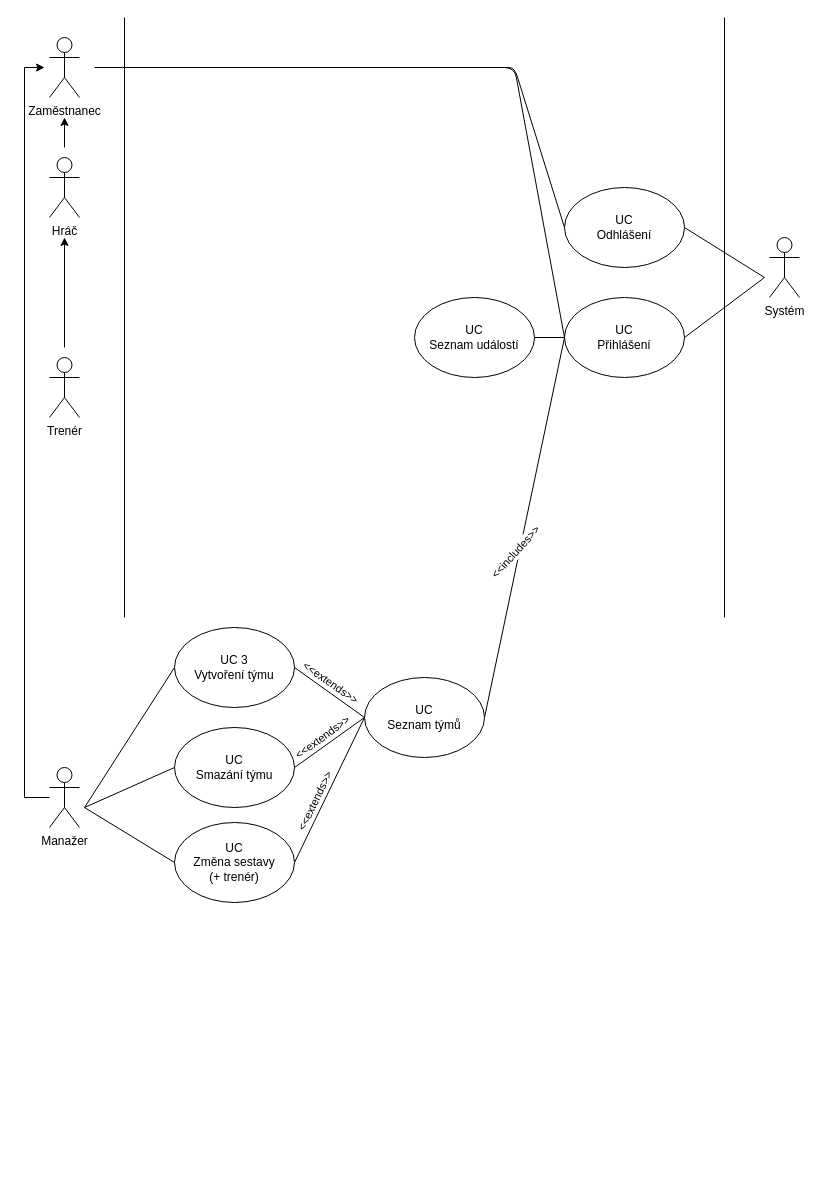
This is UseCaseDiagram.drawio from dminikm/EsportsIS, a draw.io file, before an edit. Source tidied: cells renumbered, new cells numbered last; positions are measured from the earlier drawing's top-left corner, leaving out a move shared by most shapes. Both pictures are drawn from the tidied source at 100%, with x=0, y=0 at pixel (24, 17).
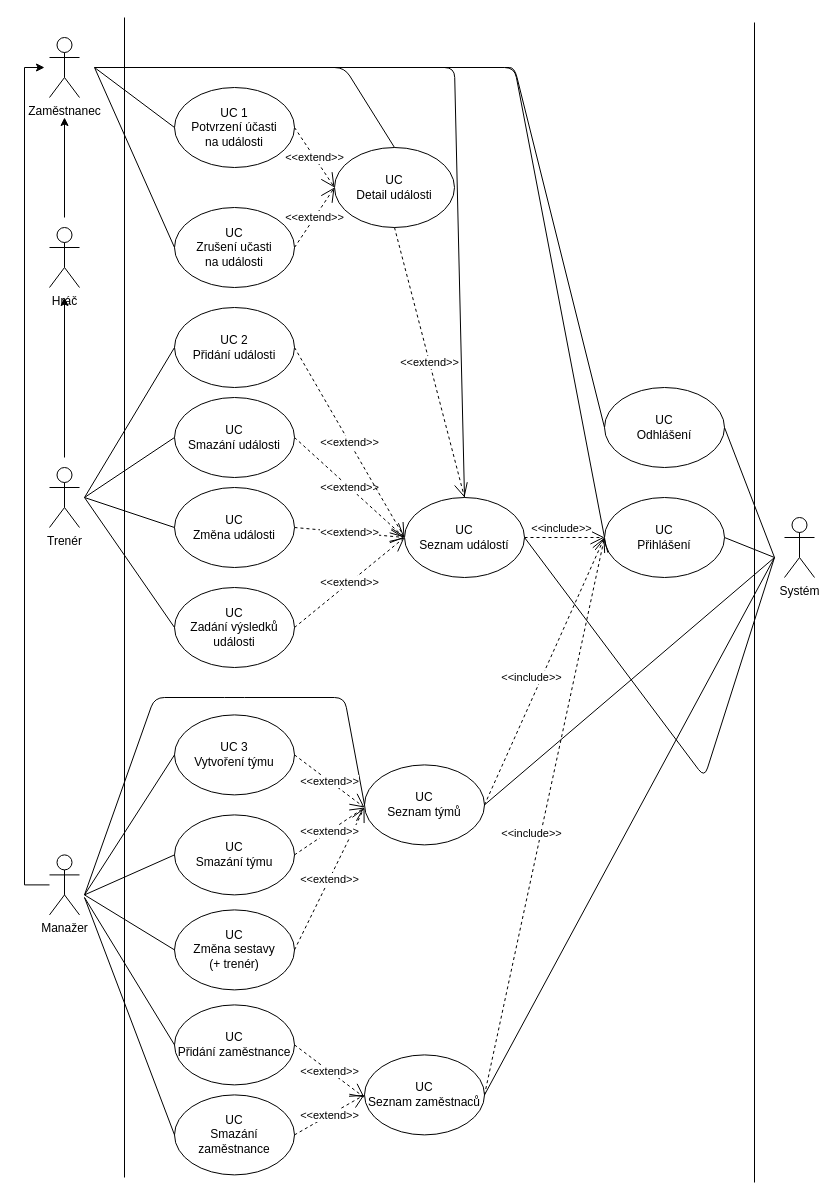
The same page after the edit.

Commit message:
Mostly finished UseCaseDiagram

Change to the diagram source:
```diff
@@
     <mxCell id="2" style="endArrow=none;html=1;" parent="1" edge="1">
       <mxGeometry relative="1" as="geometry">
-        <mxPoint x="100" y="600" as="sourcePoint" />
+        <mxPoint x="100" y="1160" as="sourcePoint" />
         <mxPoint x="100" as="targetPoint" />
       </mxGeometry>
     </mxCell>
     <mxCell id="3" style="endArrow=none;html=1;" parent="1" edge="1">
       <mxGeometry relative="1" as="geometry">
-        <mxPoint x="700" y="600" as="sourcePoint" />
-        <mxPoint x="700" as="targetPoint" />
+        <mxPoint x="730" y="1165" as="sourcePoint" />
+        <mxPoint x="730" y="5" as="targetPoint" />
       </mxGeometry>
     </mxCell>
     <mxCell id="4" style="edgeStyle=orthogonalEdgeStyle;rounded=0;orthogonalLoop=1;jettySize=auto;html=1;" parent="1" edge="1">
       <mxGeometry relative="1" as="geometry">
-        <mxPoint x="40" y="130" as="sourcePoint" />
+        <mxPoint x="40" y="200" as="sourcePoint" />
         <mxPoint x="40" y="100" as="targetPoint" />
       </mxGeometry>
     </mxCell>
     <mxCell id="5" value="Hráč" style="shape=umlActor;verticalLabelPosition=bottom;verticalAlign=top;html=1;" parent="1" vertex="1">
-      <mxGeometry x="25" y="140" width="30" height="60" as="geometry" />
+      <mxGeometry x="25" y="210" width="30" height="60" as="geometry" />
     </mxCell>
     <mxCell id="6" style="edgeStyle=orthogonalEdgeStyle;rounded=0;orthogonalLoop=1;jettySize=auto;html=1;" parent="1" edge="1">
       <mxGeometry relative="1" as="geometry">
-        <mxPoint x="40" y="330" as="sourcePoint" />
-        <mxPoint x="40" y="220" as="targetPoint" />
+        <mxPoint x="40" y="440" as="sourcePoint" />
+        <mxPoint x="40" y="280" as="targetPoint" />
       </mxGeometry>
     </mxCell>
     <mxCell id="7" value="Trenér" style="shape=umlActor;verticalLabelPosition=bottom;verticalAlign=top;html=1;" parent="1" vertex="1">
-      <mxGeometry x="25" y="340" width="30" height="60" as="geometry" />
+      <mxGeometry x="25" y="450" width="30" height="60" as="geometry" />
     </mxCell>
     <mxCell id="8" style="edgeStyle=orthogonalEdgeStyle;rounded=0;jettySize=auto;html=1;" parent="1" edge="1" source="9">
       <mxGeometry relative="1" as="geometry">
         <mxPoint x="20" y="50" as="targetPoint" />
         <Array as="points">
-          <mxPoint y="780" />
+          <mxPoint y="867" />
           <mxPoint y="50" />
         </Array>
       </mxGeometry>
     </mxCell>
     <mxCell id="9" value="Manažer" style="shape=umlActor;verticalLabelPosition=bottom;verticalAlign=top;html=1;outlineConnect=0;" parent="1" vertex="1">
-      <mxGeometry x="25" y="750" width="30" height="60" as="geometry" />
+      <mxGeometry x="25" y="837.4" width="30" height="60" as="geometry" />
     </mxCell>
@@
     <mxCell id="11" value="UC&lt;br&gt;Přihlášení" style="ellipse;whiteSpace=wrap;html=1;" parent="1" vertex="1">
-      <mxGeometry x="540" y="280" width="120" height="80" as="geometry" />
+      <mxGeometry x="580" y="480" width="120" height="80" as="geometry" />
     </mxCell>
     <mxCell id="12" value="Systém" style="shape=umlActor;verticalLabelPosition=bottom;verticalAlign=top;html=1;" parent="1" vertex="1">
-      <mxGeometry x="745" y="220" width="30" height="60" as="geometry" />
+      <mxGeometry x="760" y="500" width="30" height="60" as="geometry" />
     </mxCell>
     <mxCell id="13" value="UC&lt;br&gt;Odhlášení" style="ellipse;whiteSpace=wrap;html=1;" parent="1" vertex="1">
-      <mxGeometry x="540" y="170" width="120" height="80" as="geometry" />
+      <mxGeometry x="580" y="370" width="120" height="80" as="geometry" />
     </mxCell>
     <mxCell id="14" style="endArrow=none;html=1;entryX=1;entryY=0.5;entryDx=0;entryDy=0;" parent="1" edge="1" target="11">
       <mxGeometry relative="1" as="geometry">
-        <mxPoint x="740" y="260" as="sourcePoint" />
+        <mxPoint x="750" y="540" as="sourcePoint" />
       </mxGeometry>
     </mxCell>
     <mxCell id="15" style="endArrow=none;html=1;exitX=1;exitY=0.5;exitDx=0;exitDy=0;" parent="1" edge="1" source="13">
       <mxGeometry relative="1" as="geometry">
-        <mxPoint x="740" y="260" as="targetPoint" />
+        <mxPoint x="750" y="540" as="targetPoint" />
       </mxGeometry>
     </mxCell>
     <mxCell id="16" value="UC&lt;br&gt;Seznam týmů" style="ellipse;whiteSpace=wrap;html=1;" parent="1" vertex="1">
-      <mxGeometry x="340" y="660" width="120" height="80" as="geometry" />
+      <mxGeometry x="340" y="747.4" width="120" height="80" as="geometry" />
     </mxCell>
@@
-    <mxCell id="19" style="endArrow=none;html=1;exitX=1;exitY=0.5;exitDx=0;exitDy=0;entryX=0;entryY=0.5;entryDx=0;entryDy=0;" parent="1" edge="1" source="16" target="11">
-      <mxGeometry relative="1" as="geometry" />
-    </mxCell>
-    <mxCell id="20" value="&amp;lt;&amp;lt;includes&amp;gt;&amp;gt;" style="edgeLabel;html=1;align=center;verticalAlign=middle;rotation=312;" parent="19" vertex="1">
-      <mxGeometry x="-0.21" y="-2" relative="1" as="geometry">
-        <mxPoint x="-3.1" y="-15.8" as="offset" />
-      </mxGeometry>
-    </mxCell>
     <mxCell id="21" value="UC 3&lt;br&gt;Vytvoření týmu" style="ellipse;whiteSpace=wrap;html=1;" parent="1" vertex="1">
-      <mxGeometry x="150" y="610" width="120" height="80" as="geometry" />
+      <mxGeometry x="150" y="697.4" width="120" height="80" as="geometry" />
     </mxCell>
     <mxCell id="22" style="endArrow=none;html=1;entryX=0;entryY=0.5;entryDx=0;entryDy=0;" parent="1" edge="1" target="21">
       <mxGeometry relative="1" as="geometry">
-        <mxPoint x="60" y="790" as="sourcePoint" />
+        <mxPoint x="60" y="877.4" as="sourcePoint" />
       </mxGeometry>
     </mxCell>
-    <mxCell id="23" style="endArrow=none;html=1;entryX=1;entryY=0.5;entryDx=0;entryDy=0;exitX=0;exitY=0.5;exitDx=0;exitDy=0;" parent="1" edge="1" source="16" target="21">
-      <mxGeometry relative="1" as="geometry" />
-    </mxCell>
-    <mxCell id="24" value="&amp;lt;&amp;lt;extends&amp;gt;&amp;gt;" style="edgeLabel;html=1;align=center;verticalAlign=middle;rotation=35;" parent="23" vertex="1">
-      <mxGeometry x="0.53" y="2" relative="1" as="geometry">
-        <mxPoint x="20.6" y="1.5" as="offset" />
-      </mxGeometry>
-    </mxCell>
     <mxCell id="25" value="UC&lt;br&gt;Smazání týmu" style="ellipse;whiteSpace=wrap;html=1;" parent="1" vertex="1">
-      <mxGeometry x="150" y="710" width="120" height="80" as="geometry" />
+      <mxGeometry x="150" y="797.4" width="120" height="80" as="geometry" />
     </mxCell>
-    <mxCell id="26" style="endArrow=none;html=1;entryX=0;entryY=0.5;entryDx=0;entryDy=0;exitX=1;exitY=0.5;exitDx=0;exitDy=0;" parent="1" edge="1" source="25" target="16">
-      <mxGeometry relative="1" as="geometry" />
-    </mxCell>
-    <mxCell id="27" value="&amp;lt;&amp;lt;extends&amp;gt;&amp;gt;" style="edgeLabel;html=1;align=center;verticalAlign=middle;rotation=324;" parent="26" vertex="1">
-      <mxGeometry x="-0.57" relative="1" as="geometry">
-        <mxPoint x="13" y="-19.3" as="offset" />
-      </mxGeometry>
-    </mxCell>
     <mxCell id="28" style="endArrow=none;html=1;entryX=0;entryY=0.5;entryDx=0;entryDy=0;" parent="1" edge="1" target="25">
       <mxGeometry relative="1" as="geometry">
-        <mxPoint x="60" y="790" as="sourcePoint" />
+        <mxPoint x="60" y="877.4" as="sourcePoint" />
       </mxGeometry>
     </mxCell>
     <mxCell id="29" value="UC&lt;br&gt;Změna sestavy&lt;br&gt;(+ trenér)" style="ellipse;whiteSpace=wrap;html=1;" parent="1" vertex="1">
-      <mxGeometry x="150" y="805" width="120" height="80" as="geometry" />
+      <mxGeometry x="150" y="892.4" width="120" height="80" as="geometry" />
     </mxCell>
-    <mxCell id="30" style="endArrow=none;html=1;entryX=0;entryY=0.5;entryDx=0;entryDy=0;exitX=1;exitY=0.5;exitDx=0;exitDy=0;" parent="1" edge="1" source="29" target="16">
-      <mxGeometry relative="1" as="geometry" />
-    </mxCell>
-    <mxCell id="31" value="&amp;lt;&amp;lt;extends&amp;gt;&amp;gt;" style="edgeLabel;html=1;align=center;verticalAlign=middle;rotation=296;" parent="30" vertex="1">
-      <mxGeometry x="-0.57" relative="1" as="geometry">
-        <mxPoint x="5" y="-28.9" as="offset" />
-      </mxGeometry>
-    </mxCell>
     <mxCell id="32" style="endArrow=none;html=1;entryX=0;entryY=0.5;entryDx=0;entryDy=0;" parent="1" edge="1" target="29">
       <mxGeometry relative="1" as="geometry">
-        <mxPoint x="60" y="790" as="sourcePoint" />
+        <mxPoint x="60" y="877.4" as="sourcePoint" />
       </mxGeometry>
     </mxCell>
     <mxCell id="33" value="UC&lt;br&gt;Seznam událostí" style="ellipse;whiteSpace=wrap;html=1;" parent="1" vertex="1">
-      <mxGeometry x="390" y="280" width="120" height="80" as="geometry" />
+      <mxGeometry x="380" y="480" width="120" height="80" as="geometry" />
     </mxCell>
-    <mxCell id="34" style="endArrow=none;html=1;entryX=1;entryY=0.5;entryDx=0;entryDy=0;" parent="1" edge="1" target="33">
-      <mxGeometry relative="1" as="geometry">
-        <mxPoint x="540" y="320" as="sourcePoint" />
-      </mxGeometry>
-    </mxCell>
+    <mxCell id="35" style="endArrow=none;html=1;exitX=0;exitY=0.5;exitDx=0;exitDy=0;" parent="1" edge="1" source="16">
+      <mxGeometry relative="1" as="geometry">
+        <mxPoint x="60" y="877.4" as="targetPoint" />
+        <Array as="points">
+          <mxPoint x="320" y="680" />
+          <mxPoint x="210" y="680" />
+          <mxPoint x="130" y="680" />
+        </Array>
+      </mxGeometry>
+    </mxCell>
+    <mxCell id="36" value="UC&lt;br&gt;Seznam zaměstnaců" style="ellipse;whiteSpace=wrap;html=1;" parent="1" vertex="1">
+      <mxGeometry x="340" y="1037.4" width="120" height="80" as="geometry" />
+    </mxCell>
+    <mxCell id="37" style="endArrow=none;html=1;exitX=1;exitY=0.5;exitDx=0;exitDy=0;" parent="1" edge="1" source="16">
+      <mxGeometry relative="1" as="geometry">
+        <mxPoint x="750" y="540" as="targetPoint" />
+      </mxGeometry>
+    </mxCell>
+    <mxCell id="38" value="UC&lt;br&gt;Přidání zaměstnance" style="ellipse;whiteSpace=wrap;html=1;" parent="1" vertex="1">
+      <mxGeometry x="150" y="987.4" width="120" height="80" as="geometry" />
+    </mxCell>
+    <mxCell id="39" value="UC&lt;br&gt;Smazání zaměstnance" style="ellipse;whiteSpace=wrap;html=1;" parent="1" vertex="1">
+      <mxGeometry x="150" y="1077.4" width="120" height="80" as="geometry" />
+    </mxCell>
+    <mxCell id="40" style="endArrow=none;html=1;exitX=1;exitY=0.5;exitDx=0;exitDy=0;" parent="1" edge="1" source="36">
+      <mxGeometry relative="1" as="geometry">
+        <mxPoint x="750" y="540" as="targetPoint" />
+      </mxGeometry>
+    </mxCell>
+    <mxCell id="41" value="UC 2&lt;br&gt;Přidání události" style="ellipse;whiteSpace=wrap;html=1;" parent="1" vertex="1">
+      <mxGeometry x="150" y="290" width="120" height="80" as="geometry" />
+    </mxCell>
+    <mxCell id="42" style="endArrow=none;html=1;entryX=0;entryY=0.5;entryDx=0;entryDy=0;" parent="1" edge="1" target="41">
+      <mxGeometry relative="1" as="geometry">
+        <mxPoint x="60" y="480" as="sourcePoint" />
+      </mxGeometry>
+    </mxCell>
+    <mxCell id="43" value="UC&lt;br&gt;Smazání události" style="ellipse;whiteSpace=wrap;html=1;" parent="1" vertex="1">
+      <mxGeometry x="150" y="380" width="120" height="80" as="geometry" />
+    </mxCell>
+    <mxCell id="44" style="endArrow=none;html=1;exitX=0;exitY=0.5;exitDx=0;exitDy=0;" parent="1" edge="1" source="43">
+      <mxGeometry relative="1" as="geometry">
+        <mxPoint x="60" y="480" as="targetPoint" />
+      </mxGeometry>
+    </mxCell>
+    <mxCell id="45" value="UC 1&lt;br&gt;Potvrzení účasti&lt;br&gt;na události" style="ellipse;whiteSpace=wrap;html=1;" parent="1" vertex="1">
+      <mxGeometry x="150" y="70" width="120" height="80" as="geometry" />
+    </mxCell>
+    <mxCell id="46" style="endArrow=none;html=1;entryX=0.5;entryY=0;entryDx=0;entryDy=0;" parent="1" edge="1" target="33">
+      <mxGeometry relative="1" as="geometry">
+        <mxPoint x="260" y="50" as="sourcePoint" />
+        <Array as="points">
+          <mxPoint x="430" y="50" />
+        </Array>
+      </mxGeometry>
+    </mxCell>
+    <mxCell id="47" value="UC&lt;br&gt;Detail události" style="ellipse;whiteSpace=wrap;html=1;" parent="1" vertex="1">
+      <mxGeometry x="310" y="130" width="120" height="80" as="geometry" />
+    </mxCell>
+    <mxCell id="48" style="endArrow=none;html=1;entryX=0;entryY=0.5;entryDx=0;entryDy=0;" parent="1" edge="1" target="45">
+      <mxGeometry relative="1" as="geometry">
+        <mxPoint x="70" y="50" as="sourcePoint" />
+      </mxGeometry>
+    </mxCell>
+    <mxCell id="49" value="UC&lt;br&gt;Zrušení učasti&lt;br&gt;na události" style="ellipse;whiteSpace=wrap;html=1;" parent="1" vertex="1">
+      <mxGeometry x="150" y="190" width="120" height="80" as="geometry" />
+    </mxCell>
+    <mxCell id="50" style="endArrow=none;html=1;exitX=0;exitY=0.5;exitDx=0;exitDy=0;" parent="1" edge="1" source="49">
+      <mxGeometry relative="1" as="geometry">
+        <mxPoint x="70" y="50" as="targetPoint" />
+      </mxGeometry>
+    </mxCell>
+    <mxCell id="51" style="endArrow=none;html=1;entryX=0.5;entryY=0;entryDx=0;entryDy=0;" parent="1" edge="1" target="47">
+      <mxGeometry relative="1" as="geometry">
+        <mxPoint x="230" y="50" as="sourcePoint" />
+        <Array as="points">
+          <mxPoint x="320" y="50" />
+        </Array>
+      </mxGeometry>
+    </mxCell>
+    <mxCell id="52" value="UC&lt;br&gt;Změna události" style="ellipse;whiteSpace=wrap;html=1;" parent="1" vertex="1">
+      <mxGeometry x="150" y="470" width="120" height="80" as="geometry" />
+    </mxCell>
+    <mxCell id="53" value="UC&lt;br&gt;Zadání výsledků&lt;br&gt;události" style="ellipse;whiteSpace=wrap;html=1;" parent="1" vertex="1">
+      <mxGeometry x="150" y="570" width="120" height="80" as="geometry" />
+    </mxCell>
+    <mxCell id="54" style="endArrow=none;html=1;exitX=0;exitY=0.5;exitDx=0;exitDy=0;" parent="1" edge="1" source="52">
+      <mxGeometry relative="1" as="geometry">
+        <mxPoint x="60" y="480" as="targetPoint" />
+      </mxGeometry>
+    </mxCell>
+    <mxCell id="55" style="endArrow=none;html=1;exitX=0;exitY=0.5;exitDx=0;exitDy=0;" parent="1" edge="1" source="53">
+      <mxGeometry relative="1" as="geometry">
+        <mxPoint x="60" y="480" as="targetPoint" />
+      </mxGeometry>
+    </mxCell>
+    <mxCell id="56" value="&amp;lt;&amp;lt;include&amp;gt;&amp;gt;" style="endArrow=open;endSize=12;dashed=1;html=1;exitX=1;exitY=0.5;exitDx=0;exitDy=0;entryX=0;entryY=0.5;entryDx=0;entryDy=0;" parent="1" edge="1" source="33" target="11">
+      <mxGeometry x="-0.07" y="9" relative="1" as="geometry" />
+    </mxCell>
+    <mxCell id="57" value="&amp;lt;&amp;lt;extend&amp;gt;&amp;gt;" style="endArrow=open;endSize=12;dashed=1;html=1;exitX=1;exitY=0.5;exitDx=0;exitDy=0;entryX=0;entryY=0.5;entryDx=0;entryDy=0;" parent="1" edge="1" source="39" target="36">
+      <mxGeometry relative="1" as="geometry" />
+    </mxCell>
+    <mxCell id="58" value="&amp;lt;&amp;lt;extend&amp;gt;&amp;gt;" style="endArrow=open;endSize=12;dashed=1;html=1;exitX=1;exitY=0.5;exitDx=0;exitDy=0;" parent="1" edge="1" source="38">
+      <mxGeometry relative="1" as="geometry">
+        <mxPoint x="340" y="1080" as="targetPoint" />
+      </mxGeometry>
+    </mxCell>
+    <mxCell id="59" value="&amp;lt;&amp;lt;extend&amp;gt;&amp;gt;" style="endArrow=open;endSize=12;dashed=1;html=1;exitX=1;exitY=0.5;exitDx=0;exitDy=0;" parent="1" edge="1" source="29">
+      <mxGeometry relative="1" as="geometry">
+        <mxPoint x="340" y="790" as="targetPoint" />
+      </mxGeometry>
+    </mxCell>
+    <mxCell id="60" value="&amp;lt;&amp;lt;extend&amp;gt;&amp;gt;" style="endArrow=open;endSize=12;dashed=1;html=1;exitX=1;exitY=0.5;exitDx=0;exitDy=0;" parent="1" edge="1" source="25">
+      <mxGeometry relative="1" as="geometry">
+        <mxPoint x="340" y="790" as="targetPoint" />
+      </mxGeometry>
+    </mxCell>
+    <mxCell id="61" value="&amp;lt;&amp;lt;extend&amp;gt;&amp;gt;" style="endArrow=open;endSize=12;dashed=1;html=1;exitX=1;exitY=0.5;exitDx=0;exitDy=0;" parent="1" edge="1" source="21">
+      <mxGeometry relative="1" as="geometry">
+        <mxPoint x="340" y="790" as="targetPoint" />
+      </mxGeometry>
+    </mxCell>
+    <mxCell id="62" value="&amp;lt;&amp;lt;include&amp;gt;&amp;gt;" style="endArrow=open;endSize=12;dashed=1;html=1;exitX=1;exitY=0.5;exitDx=0;exitDy=0;" parent="1" edge="1" source="16">
+      <mxGeometry x="-0.07" y="9" relative="1" as="geometry">
+        <mxPoint x="580" y="520" as="targetPoint" />
+      </mxGeometry>
+    </mxCell>
+    <mxCell id="63" value="&amp;lt;&amp;lt;include&amp;gt;&amp;gt;" style="endArrow=open;endSize=12;dashed=1;html=1;entryX=0;entryY=0.5;entryDx=0;entryDy=0;exitX=1;exitY=0.5;exitDx=0;exitDy=0;" parent="1" edge="1" source="36" target="11">
+      <mxGeometry x="-0.07" y="9" relative="1" as="geometry" />
+    </mxCell>
+    <mxCell id="64" value="&amp;lt;&amp;lt;extend&amp;gt;&amp;gt;" style="endArrow=open;endSize=12;dashed=1;html=1;exitX=1;exitY=0.5;exitDx=0;exitDy=0;entryX=0;entryY=0.5;entryDx=0;entryDy=0;" parent="1" edge="1" source="53" target="33">
+      <mxGeometry relative="1" as="geometry" />
+    </mxCell>
+    <mxCell id="65" value="&amp;lt;&amp;lt;extend&amp;gt;&amp;gt;" style="endArrow=open;endSize=12;dashed=1;html=1;exitX=1;exitY=0.5;exitDx=0;exitDy=0;entryX=0;entryY=0.5;entryDx=0;entryDy=0;" parent="1" edge="1" source="52" target="33">
+      <mxGeometry relative="1" as="geometry" />
+    </mxCell>
+    <mxCell id="66" value="&amp;lt;&amp;lt;extend&amp;gt;&amp;gt;" style="endArrow=open;endSize=12;dashed=1;html=1;exitX=1;exitY=0.5;exitDx=0;exitDy=0;entryX=0;entryY=0.5;entryDx=0;entryDy=0;" parent="1" edge="1" source="43" target="33">
+      <mxGeometry relative="1" as="geometry" />
+    </mxCell>
+    <mxCell id="67" value="&amp;lt;&amp;lt;extend&amp;gt;&amp;gt;" style="endArrow=open;endSize=12;dashed=1;html=1;exitX=1;exitY=0.5;exitDx=0;exitDy=0;" parent="1" edge="1" source="41">
+      <mxGeometry relative="1" as="geometry">
+        <mxPoint x="380" y="520" as="targetPoint" />
+      </mxGeometry>
+    </mxCell>
+    <mxCell id="68" value="&amp;lt;&amp;lt;extend&amp;gt;&amp;gt;" style="endArrow=open;endSize=12;dashed=1;html=1;exitX=0.5;exitY=1;exitDx=0;exitDy=0;entryX=0.5;entryY=0;entryDx=0;entryDy=0;" parent="1" edge="1" source="47" target="33">
+      <mxGeometry relative="1" as="geometry" />
+    </mxCell>
+    <mxCell id="69" value="&amp;lt;&amp;lt;extend&amp;gt;&amp;gt;" style="endArrow=open;endSize=12;dashed=1;html=1;exitX=1;exitY=0.5;exitDx=0;exitDy=0;entryX=0;entryY=0.5;entryDx=0;entryDy=0;" parent="1" edge="1" source="45" target="47">
+      <mxGeometry relative="1" as="geometry" />
+    </mxCell>
+    <mxCell id="70" value="&amp;lt;&amp;lt;extend&amp;gt;&amp;gt;" style="endArrow=open;endSize=12;dashed=1;html=1;exitX=1;exitY=0.5;exitDx=0;exitDy=0;" parent="1" edge="1" source="49">
+      <mxGeometry relative="1" as="geometry">
+        <mxPoint x="310" y="170" as="targetPoint" />
+      </mxGeometry>
+    </mxCell>
+    <mxCell id="71" style="endArrow=none;html=1;exitX=1;exitY=0.5;exitDx=0;exitDy=0;" parent="1" edge="1" source="33">
+      <mxGeometry relative="1" as="geometry">
+        <mxPoint x="750" y="540" as="targetPoint" />
+        <Array as="points">
+          <mxPoint x="680" y="760" />
+        </Array>
+      </mxGeometry>
+    </mxCell>
+    <mxCell id="72" style="endArrow=none;html=1;exitX=0;exitY=0.5;exitDx=0;exitDy=0;" parent="1" edge="1" source="38">
+      <mxGeometry relative="1" as="geometry">
+        <mxPoint x="60" y="880" as="targetPoint" />
+      </mxGeometry>
+    </mxCell>
+    <mxCell id="73" style="endArrow=none;html=1;exitX=0;exitY=0.5;exitDx=0;exitDy=0;" parent="1" edge="1" source="39">
+      <mxGeometry relative="1" as="geometry">
+        <mxPoint x="60" y="880" as="targetPoint" />
+      </mxGeometry>
+    </mxCell>
```
